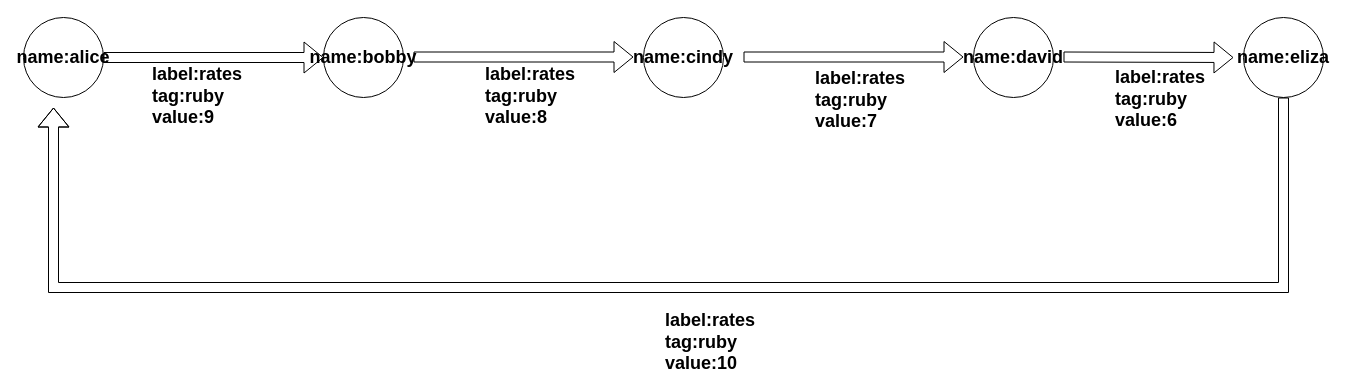
JackyYangPassion/DrawSketch keeps this draw.io diagram as GraphDataForTraversal.drawio. Above is the earlier version. Source tidied: cells renumbered, new cells numbered last; positions are measured from the earlier drawing's top-left corner, leaving out a move shared by most shapes. Both pictures are drawn from the tidied source at 100%, with x=0, y=0 at pixel (23, 17).
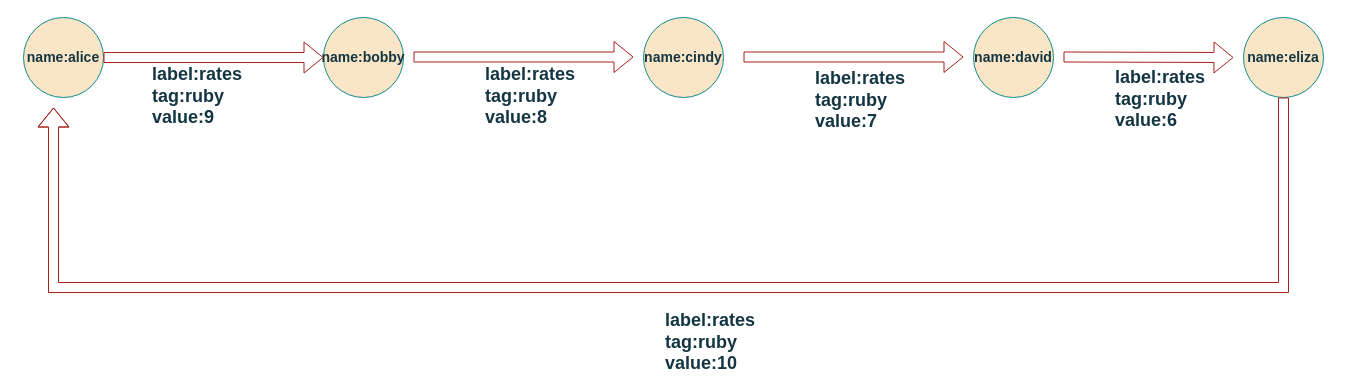
Above is the later version.

Diff of the diagram source:
```diff
@@
-    <mxCell id="2" value="&lt;font style=&quot;font-size: 18px;&quot;&gt;&lt;b&gt;name:alice&lt;/b&gt;&lt;/font&gt;" style="ellipse;whiteSpace=wrap;html=1;" parent="1" vertex="1">
+    <mxCell id="2" value="&lt;font style=&quot;font-size: 14px;&quot;&gt;&lt;b style=&quot;&quot;&gt;name:alice&lt;/b&gt;&lt;/font&gt;" style="ellipse;whiteSpace=wrap;html=1;labelBackgroundColor=none;fillColor=#FAE5C7;strokeColor=#0F8B8D;fontColor=#143642;" parent="1" vertex="1">
       <mxGeometry width="80" height="80" as="geometry" />
     </mxCell>
-    <mxCell id="3" value="&lt;font style=&quot;font-size: 18px;&quot;&gt;&lt;b&gt;name:bobby&lt;/b&gt;&lt;/font&gt;" style="ellipse;whiteSpace=wrap;html=1;" parent="1" vertex="1">
+    <mxCell id="3" value="&lt;font style=&quot;font-size: 14px;&quot;&gt;&lt;b style=&quot;&quot;&gt;name:bobby&lt;/b&gt;&lt;/font&gt;" style="ellipse;whiteSpace=wrap;html=1;labelBackgroundColor=none;fillColor=#FAE5C7;strokeColor=#0F8B8D;fontColor=#143642;" parent="1" vertex="1">
       <mxGeometry x="300" width="80" height="80" as="geometry" />
     </mxCell>
-    <mxCell id="4" value="&lt;font style=&quot;font-size: 18px;&quot;&gt;&lt;b&gt;name:david&lt;/b&gt;&lt;/font&gt;" style="ellipse;whiteSpace=wrap;html=1;" parent="1" vertex="1">
+    <mxCell id="4" value="&lt;font style=&quot;font-size: 14px;&quot;&gt;&lt;b style=&quot;&quot;&gt;name:david&lt;/b&gt;&lt;/font&gt;" style="ellipse;whiteSpace=wrap;html=1;labelBackgroundColor=none;fillColor=#FAE5C7;strokeColor=#0F8B8D;fontColor=#143642;" parent="1" vertex="1">
       <mxGeometry x="950" width="80" height="80" as="geometry" />
     </mxCell>
-    <mxCell id="5" value="&lt;font style=&quot;font-size: 18px;&quot;&gt;&lt;b&gt;name:cindy&lt;/b&gt;&lt;/font&gt;" style="ellipse;whiteSpace=wrap;html=1;" parent="1" vertex="1">
+    <mxCell id="5" value="&lt;font style=&quot;font-size: 14px;&quot;&gt;&lt;b style=&quot;&quot;&gt;name:cindy&lt;/b&gt;&lt;/font&gt;" style="ellipse;whiteSpace=wrap;html=1;labelBackgroundColor=none;fillColor=#FAE5C7;strokeColor=#0F8B8D;fontColor=#143642;" parent="1" vertex="1">
       <mxGeometry x="620" width="80" height="80" as="geometry" />
     </mxCell>
-    <mxCell id="6" value="&lt;font style=&quot;font-size: 18px;&quot;&gt;&lt;b&gt;name:eliza&lt;/b&gt;&lt;/font&gt;" style="ellipse;whiteSpace=wrap;html=1;" parent="1" vertex="1">
+    <mxCell id="6" value="&lt;font style=&quot;font-size: 14px;&quot;&gt;&lt;b style=&quot;&quot;&gt;name:eliza&lt;/b&gt;&lt;/font&gt;" style="ellipse;whiteSpace=wrap;html=1;labelBackgroundColor=none;fillColor=#FAE5C7;strokeColor=#0F8B8D;fontColor=#143642;" parent="1" vertex="1">
       <mxGeometry x="1220" width="80" height="80" as="geometry" />
     </mxCell>
-    <mxCell id="7" style="shape=flexArrow;endArrow=classic;html=1;rounded=0;" parent="1" edge="1" target="3">
+    <mxCell id="7" style="shape=flexArrow;endArrow=classic;html=1;rounded=0;labelBackgroundColor=none;strokeColor=#A8201A;fontColor=default;" parent="1" edge="1" target="3">
       <mxGeometry relative="1" as="geometry">
         <mxPoint x="80" y="40" as="sourcePoint" />
       </mxGeometry>
     </mxCell>
-    <mxCell id="8" style="shape=flexArrow;endArrow=classic;html=1;rounded=0;" parent="1" edge="1">
+    <mxCell id="8" style="shape=flexArrow;endArrow=classic;html=1;rounded=0;labelBackgroundColor=none;strokeColor=#A8201A;fontColor=default;" parent="1" edge="1">
       <mxGeometry relative="1" as="geometry">
         <mxPoint x="390" y="39.5" as="sourcePoint" />
         <mxPoint x="610" y="39.5" as="targetPoint" />
       </mxGeometry>
     </mxCell>
-    <mxCell id="9" style="shape=flexArrow;endArrow=classic;html=1;rounded=0;" parent="1" edge="1">
+    <mxCell id="9" style="shape=flexArrow;endArrow=classic;html=1;rounded=0;labelBackgroundColor=none;strokeColor=#A8201A;fontColor=default;" parent="1" edge="1">
       <mxGeometry relative="1" as="geometry">
         <mxPoint x="720" y="39.5" as="sourcePoint" />
         <mxPoint x="940" y="39.5" as="targetPoint" />
       </mxGeometry>
     </mxCell>
-    <mxCell id="10" style="shape=flexArrow;endArrow=classic;html=1;rounded=0;" parent="1" edge="1">
+    <mxCell id="10" style="shape=flexArrow;endArrow=classic;html=1;rounded=0;labelBackgroundColor=none;strokeColor=#A8201A;fontColor=default;" parent="1" edge="1">
       <mxGeometry relative="1" as="geometry">
         <mxPoint x="1040" y="39.5" as="sourcePoint" />
         <mxPoint x="1210" y="40" as="targetPoint" />
       </mxGeometry>
     </mxCell>
-    <mxCell id="11" style="shape=flexArrow;endArrow=classic;html=1;rounded=0;" parent="1" edge="1">
+    <mxCell id="11" style="shape=flexArrow;endArrow=classic;html=1;rounded=0;labelBackgroundColor=none;strokeColor=#A8201A;fontColor=default;" parent="1" edge="1">
       <mxGeometry relative="1" as="geometry">
         <mxPoint x="1260" y="80" as="sourcePoint" />
         <mxPoint x="30" y="90" as="targetPoint" />
         <Array as="points">
           <mxPoint x="1260" y="270" />
           <mxPoint x="30" y="270" />
         </Array>
       </mxGeometry>
     </mxCell>
-    <mxCell id="12" value="&lt;font style=&quot;font-size: 18px;&quot;&gt;&lt;b&gt;label:rates&lt;br&gt;tag:ruby&lt;br&gt;value:9&lt;/b&gt;&lt;/font&gt;" style="text;html=1;strokeColor=none;fillColor=none;align=left;verticalAlign=middle;whiteSpace=wrap;rounded=0;" parent="1" vertex="1">
+    <mxCell id="12" value="&lt;font style=&quot;font-size: 18px;&quot;&gt;&lt;b&gt;label:rates&lt;br&gt;tag:ruby&lt;br&gt;value:9&lt;/b&gt;&lt;/font&gt;" style="text;html=1;strokeColor=none;fillColor=none;align=left;verticalAlign=middle;whiteSpace=wrap;rounded=0;labelBackgroundColor=none;fontColor=#143642;" parent="1" vertex="1">
       <mxGeometry x="127" y="64" width="60" height="30" as="geometry" />
     </mxCell>
-    <mxCell id="13" value="&lt;font style=&quot;font-size: 18px;&quot;&gt;&lt;b&gt;label:rates&lt;br&gt;tag:ruby&lt;br&gt;value:10&lt;/b&gt;&lt;/font&gt;" style="text;html=1;strokeColor=none;fillColor=none;align=left;verticalAlign=middle;whiteSpace=wrap;rounded=0;" parent="1" vertex="1">
+    <mxCell id="13" value="&lt;font style=&quot;font-size: 18px;&quot;&gt;&lt;b&gt;label:rates&lt;br&gt;tag:ruby&lt;br&gt;value:10&lt;/b&gt;&lt;/font&gt;" style="text;html=1;strokeColor=none;fillColor=none;align=left;verticalAlign=middle;whiteSpace=wrap;rounded=0;labelBackgroundColor=none;fontColor=#143642;" parent="1" vertex="1">
       <mxGeometry x="640" y="310" width="60" height="30" as="geometry" />
     </mxCell>
-    <mxCell id="14" value="&lt;font style=&quot;font-size: 18px;&quot;&gt;&lt;b&gt;label:rates&lt;br&gt;tag:ruby&lt;br&gt;value:8&lt;/b&gt;&lt;/font&gt;" style="text;html=1;strokeColor=none;fillColor=none;align=left;verticalAlign=middle;whiteSpace=wrap;rounded=0;" parent="1" vertex="1">
+    <mxCell id="14" value="&lt;font style=&quot;font-size: 18px;&quot;&gt;&lt;b&gt;label:rates&lt;br&gt;tag:ruby&lt;br&gt;value:8&lt;/b&gt;&lt;/font&gt;" style="text;html=1;strokeColor=none;fillColor=none;align=left;verticalAlign=middle;whiteSpace=wrap;rounded=0;labelBackgroundColor=none;fontColor=#143642;" parent="1" vertex="1">
       <mxGeometry x="460" y="64" width="60" height="30" as="geometry" />
     </mxCell>
-    <mxCell id="15" value="&lt;font style=&quot;font-size: 18px;&quot;&gt;&lt;b&gt;label:rates&lt;br&gt;tag:ruby&lt;br&gt;value:7&lt;/b&gt;&lt;/font&gt;" style="text;html=1;strokeColor=none;fillColor=none;align=left;verticalAlign=middle;whiteSpace=wrap;rounded=0;" parent="1" vertex="1">
+    <mxCell id="15" value="&lt;font style=&quot;font-size: 18px;&quot;&gt;&lt;b&gt;label:rates&lt;br&gt;tag:ruby&lt;br&gt;value:7&lt;/b&gt;&lt;/font&gt;" style="text;html=1;strokeColor=none;fillColor=none;align=left;verticalAlign=middle;whiteSpace=wrap;rounded=0;labelBackgroundColor=none;fontColor=#143642;" parent="1" vertex="1">
       <mxGeometry x="790" y="68" width="60" height="30" as="geometry" />
     </mxCell>
-    <mxCell id="16" value="&lt;font style=&quot;font-size: 18px;&quot;&gt;&lt;b&gt;label:rates&lt;br&gt;tag:ruby&lt;br&gt;value:6&lt;/b&gt;&lt;/font&gt;" style="text;html=1;strokeColor=none;fillColor=none;align=left;verticalAlign=middle;whiteSpace=wrap;rounded=0;" parent="1" vertex="1">
+    <mxCell id="16" value="&lt;font style=&quot;font-size: 18px;&quot;&gt;&lt;b&gt;label:rates&lt;br&gt;tag:ruby&lt;br&gt;value:6&lt;/b&gt;&lt;/font&gt;" style="text;html=1;strokeColor=none;fillColor=none;align=left;verticalAlign=middle;whiteSpace=wrap;rounded=0;labelBackgroundColor=none;fontColor=#143642;" parent="1" vertex="1">
       <mxGeometry x="1090" y="67" width="60" height="30" as="geometry" />
     </mxCell>
```
